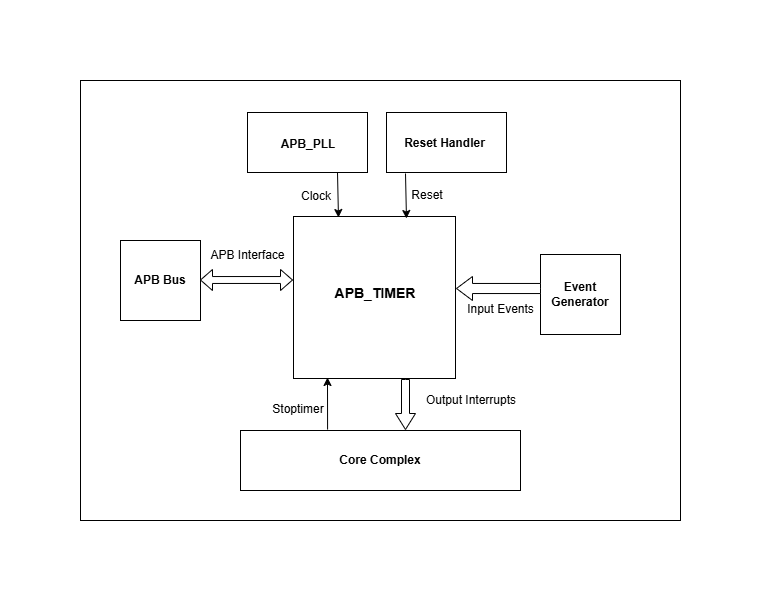
This is docs/doc-src/ip-blocks/apb_timer_soc_connections.png from cst-rameez/core-v-mcu, a draw.io export, as it was before one commit. Source tidied: cells renumbered, new cells last; positions are measured from the earlier drawing's top-left corner, leaving out a move shared by most shapes.
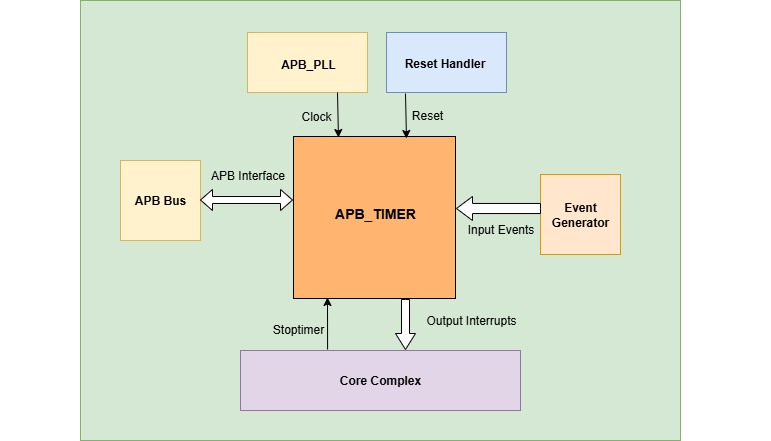
After the commit.

Commit message:
Updated the cosmetic changes and added Timer_hi part

What changed in the source:
```diff
@@ -2,22 +2,22 @@
   <root>
     <mxCell id="0" />
     <mxCell id="1" parent="0" />
-    <mxCell id="2" style="rounded=0;whiteSpace=wrap;html=1;" parent="1" vertex="1">
+    <mxCell id="2" style="rounded=0;whiteSpace=wrap;html=1;fillColor=#d5e8d4;strokeColor=#82b366;" parent="1" vertex="1">
       <mxGeometry x="80" y="80" width="600" height="440" as="geometry" />
     </mxCell>
-    <mxCell id="3" style="whiteSpace=wrap;html=1;" parent="1" vertex="1">
+    <mxCell id="3" style="whiteSpace=wrap;html=1;fillColor=#FFB570;" parent="1" vertex="1">
       <mxGeometry x="293" y="216" width="162" height="162" as="geometry" />
     </mxCell>
-    <mxCell id="4" style="rounded=0;whiteSpace=wrap;html=1;" parent="1" vertex="1">
+    <mxCell id="4" style="rounded=0;whiteSpace=wrap;html=1;fillColor=#fff2cc;strokeColor=#d6b656;" parent="1" vertex="1">
       <mxGeometry x="247" y="112" width="120" height="60" as="geometry" />
     </mxCell>
-    <mxCell id="5" style="rounded=0;whiteSpace=wrap;html=1;" parent="1" vertex="1">
+    <mxCell id="5" style="rounded=0;whiteSpace=wrap;html=1;fillColor=#dae8fc;strokeColor=#6c8ebf;" parent="1" vertex="1">
       <mxGeometry x="386" y="112" width="120" height="60" as="geometry" />
     </mxCell>
-    <mxCell id="6" value="&lt;b&gt;APB Bus&lt;/b&gt;" style="whiteSpace=wrap;html=1;" parent="1" vertex="1">
+    <mxCell id="6" value="&lt;b&gt;APB Bus&lt;/b&gt;" style="whiteSpace=wrap;html=1;fillColor=#fff2cc;strokeColor=#d6b656;" parent="1" vertex="1">
       <mxGeometry x="120" y="240" width="80" height="80" as="geometry" />
     </mxCell>
-    <mxCell id="7" value="&lt;b&gt;Event Generator&lt;/b&gt;" style="whiteSpace=wrap;html=1;" parent="1" vertex="1">
+    <mxCell id="7" value="&lt;b&gt;Event Generator&lt;/b&gt;" style="whiteSpace=wrap;html=1;fillColor=#ffe6cc;strokeColor=#d79b00;" parent="1" vertex="1">
       <mxGeometry x="540" y="254" width="80" height="80" as="geometry" />
     </mxCell>
     <mxCell id="8" value="&lt;b&gt;&lt;font style=&quot;font-size: 14px;&quot;&gt;APB_TIMER&lt;/font&gt;&lt;/b&gt;" style="text;strokeColor=none;align=center;fillColor=none;html=1;verticalAlign=middle;whiteSpace=wrap;rounded=0;" parent="1" vertex="1">
@@ -52,7 +52,7 @@
     <mxCell id="16" value="APB Interface" style="text;strokeColor=none;align=center;fillColor=none;html=1;verticalAlign=middle;whiteSpace=wrap;rounded=0;" parent="1" vertex="1">
       <mxGeometry x="206" y="238" width="83" height="33" as="geometry" />
     </mxCell>
-    <mxCell id="17" value="&lt;b&gt;Core Complex&lt;/b&gt;" style="rounded=0;whiteSpace=wrap;html=1;" parent="1" vertex="1">
+    <mxCell id="17" value="&lt;b&gt;Core Complex&lt;/b&gt;" style="rounded=0;whiteSpace=wrap;html=1;fillColor=#e1d5e7;strokeColor=#9673a6;" parent="1" vertex="1">
       <mxGeometry x="240" y="430" width="280" height="60" as="geometry" />
     </mxCell>
     <mxCell id="18" style="endArrow=classic;html=1;rounded=0;entryX=0.401;entryY=0.031;entryDx=0;entryDy=0;entryPerimeter=0;exitX=0.311;exitY=-0.033;exitDx=0;exitDy=0;exitPerimeter=0;" parent="1" edge="1">
@@ -76,12 +76,6 @@
     <mxCell id="23" value="Input Events" style="text;strokeColor=none;align=center;fillColor=none;html=1;verticalAlign=middle;whiteSpace=wrap;rounded=0;" parent="1" vertex="1">
       <mxGeometry x="462" y="289" width="77" height="40" as="geometry" />
     </mxCell>
-    <mxCell id="24" style="rounded=0;whiteSpace=wrap;html=1;strokeColor=#FFFFFF;" parent="1" vertex="1">
-      <mxGeometry x="330" y="547" width="120" height="60" as="geometry" />
-    </mxCell>
-    <mxCell id="25" style="rounded=0;whiteSpace=wrap;html=1;strokeColor=#FFFFFF;" parent="1" vertex="1">
-      <mxGeometry x="302" width="120" height="60" as="geometry" />
-    </mxCell>
     <mxCell id="26" style="rounded=0;whiteSpace=wrap;html=1;strokeColor=#FFFFFF;direction=south;" parent="1" vertex="1">
       <mxGeometry x="710" y="237" width="60" height="120" as="geometry" />
     </mxCell>
```
